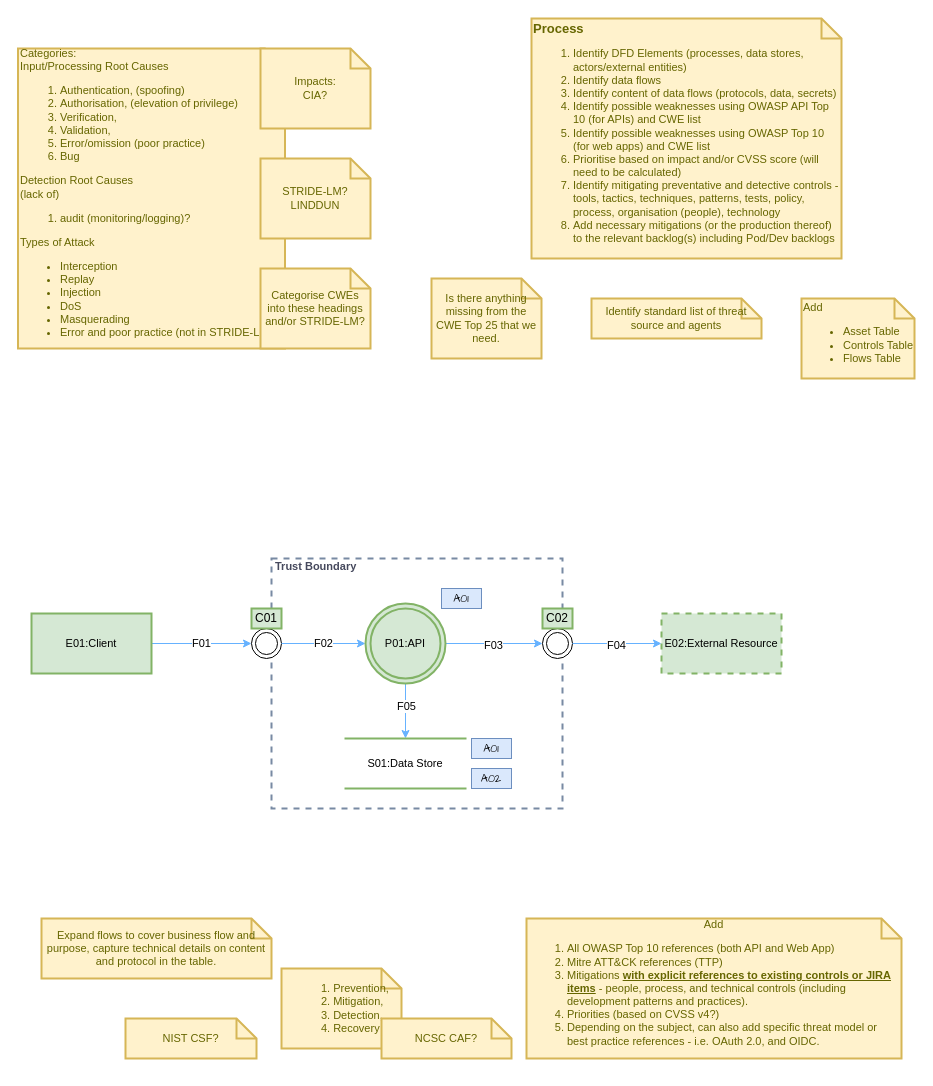
Before: CWE-OWASP-Threat-Model-Example-v2.drawio in Jim-Sweeting/Drawio, a draw.io diagram. Source tidied: cells renumbered, new cells numbered last; positions are measured from the earlier drawing's top-left corner, leaving out a move shared by most shapes. Both pictures are drawn from the tidied source at 100%, with x=0, y=0 at pixel (17, 18).
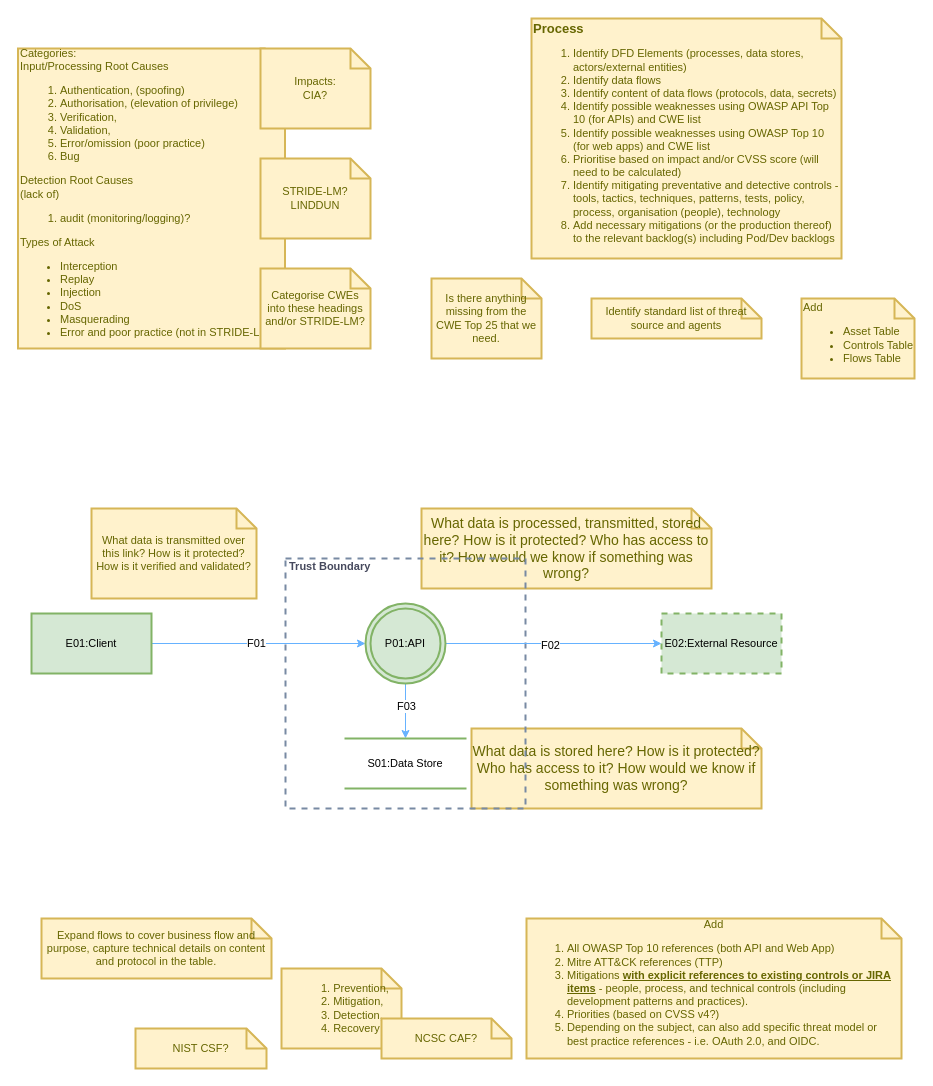
The same page after the edit.

Unchanged cells that the change refers to:
```xml
<mxCell id="23" style="rounded=0;jettySize=auto;html=1;labelBackgroundColor=none;strokeColor=#66B2FF;fontColor=default;fontSize=11;fillColor=#dae8fc;" parent="20" edge="1" source="34" target="35">
  <mxGeometry relative="1" as="geometry" />
</mxCell>
<mxCell id="33" value="E01:Client" style="rounded=0;whiteSpace=wrap;html=1;labelBackgroundColor=none;fillColor=#d5e8d4;strokeColor=#82b366;fontSize=11;strokeWidth=2;" parent="32" vertex="1">
  <mxGeometry x="14" y="595" width="120" height="60" as="geometry" />
</mxCell>
<mxCell id="34" value="P01:API" style="ellipse;shape=doubleEllipse;whiteSpace=wrap;html=1;rounded=0;labelBackgroundColor=none;fillColor=#d5e8d4;strokeColor=#82b366;fontSize=11;strokeWidth=2;" parent="32" vertex="1">
  <mxGeometry x="348" y="585" width="80" height="80" as="geometry" />
</mxCell>
<mxCell id="36" value="E02:External Resource" style="rounded=0;whiteSpace=wrap;html=1;labelBackgroundColor=none;fillColor=#d5e8d4;strokeColor=#82b366;fontSize=11;dashed=1;strokeWidth=2;perimeterSpacing=0;" parent="32" vertex="1">
  <mxGeometry x="644" y="595" width="120" height="60" as="geometry" />
</mxCell>
```

The edit, as a diff of the source:
```diff
@@
+    <mxCell id="42" value="What data is stored here? How is it protected? Who has access to it? How would we know if something was wrong?" style="shape=note;strokeWidth=2;fontSize=14;size=20;whiteSpace=wrap;html=1;fillColor=#fff2cc;strokeColor=#d6b656;fontColor=#666600;" parent="1" vertex="1">
+      <mxGeometry x="454" y="710" width="290" height="80" as="geometry" />
+    </mxCell>
+    <mxCell id="43" value="What data is processed, transmitted, stored here? How is it protected? Who has access to it? How would we know if something was wrong?" style="shape=note;strokeWidth=2;fontSize=14;size=20;whiteSpace=wrap;html=1;fillColor=#fff2cc;strokeColor=#d6b656;fontColor=#666600;" parent="1" vertex="1">
+      <mxGeometry x="404" y="490" width="290" height="80" as="geometry" />
+    </mxCell>
+    <mxCell id="44" value="NIST CSF?" style="shape=note;strokeWidth=2;fontSize=11;size=20;whiteSpace=wrap;html=1;fillColor=#fff2cc;strokeColor=#d6b656;fontColor=#666600;rounded=0;" parent="1" vertex="1">
+      <mxGeometry x="118" y="1010" width="131" height="40" as="geometry" />
+    </mxCell>
@@
-    <mxCell id="11" value="A01" style="text;html=1;align=center;verticalAlign=middle;whiteSpace=wrap;overflow=hidden;fontSize=11;fontFamily=Architects Daughter;rounded=0;labelBackgroundColor=none;fillColor=#dae8fc;strokeColor=#6c8ebf;" parent="10" vertex="1">
-      <mxGeometry x="424" y="570" width="40" height="20" as="geometry" />
-    </mxCell>
-    <mxCell id="12" value="A01" style="text;html=1;align=center;verticalAlign=middle;whiteSpace=wrap;overflow=hidden;fontSize=11;fontFamily=Architects Daughter;rounded=0;labelBackgroundColor=none;fillColor=#dae8fc;strokeColor=#6c8ebf;" parent="10" vertex="1">
-      <mxGeometry x="454" y="720" width="40" height="20" as="geometry" />
-    </mxCell>
-    <mxCell id="13" value="A02" style="text;html=1;align=center;verticalAlign=middle;whiteSpace=wrap;overflow=hidden;fontSize=11;fontFamily=Architects Daughter;rounded=0;labelBackgroundColor=none;fillColor=#dae8fc;strokeColor=#6c8ebf;" parent="10" vertex="1">
-      <mxGeometry x="454" y="750" width="40" height="20" as="geometry" />
-    </mxCell>
@@
     <mxCell id="15" value="Trust Boundary" style="html=1;fontColor=#46495D;fontStyle=1;align=left;verticalAlign=top;spacing=0;labelBorderColor=none;fillColor=none;dashed=1;strokeWidth=2;strokeColor=#788AA3;spacingLeft=4;spacingTop=-3;rounded=0;labelBackgroundColor=none;fontSize=11;" parent="14" vertex="1">
-      <mxGeometry x="254" y="540" width="291" height="250" as="geometry" />
+      <mxGeometry x="268" y="540" width="240" height="250" as="geometry" />
     </mxCell>
-    <mxCell id="16" style="ellipse;shape=doubleEllipse;whiteSpace=wrap;html=1;rounded=0;" parent="14" vertex="1">
-      <mxGeometry x="234" y="610" width="30" height="30" as="geometry" />
-    </mxCell>
-    <mxCell id="17" value="C01" style="text;html=1;strokeColor=#82b366;fillColor=#d5e8d4;align=center;verticalAlign=middle;whiteSpace=wrap;overflow=hidden;strokeWidth=2;rounded=0;" parent="14" vertex="1">
-      <mxGeometry x="234" y="590" width="30" height="20" as="geometry" />
-    </mxCell>
-    <mxCell id="18" style="ellipse;shape=doubleEllipse;whiteSpace=wrap;html=1;rounded=0;" parent="14" vertex="1">
-      <mxGeometry x="525" y="610" width="30" height="30" as="geometry" />
-    </mxCell>
-    <mxCell id="19" value="C02" style="text;html=1;strokeColor=#82b366;fillColor=#d5e8d4;align=center;verticalAlign=middle;whiteSpace=wrap;overflow=hidden;strokeWidth=2;rounded=0;" parent="14" vertex="1">
-      <mxGeometry x="525" y="590" width="30" height="20" as="geometry" />
-    </mxCell>
@@
-    <mxCell id="21" style="rounded=0;jettySize=auto;html=1;labelBackgroundColor=none;strokeColor=#66B2FF;fontColor=default;fontSize=11;fillColor=#dae8fc;" parent="20" edge="1" source="33" target="16">
+    <mxCell id="21" style="rounded=0;jettySize=auto;html=1;labelBackgroundColor=none;strokeColor=#66B2FF;fontColor=default;fontSize=11;fillColor=#dae8fc;entryX=0;entryY=0.5;entryDx=0;entryDy=0;" parent="20" edge="1" source="33" target="34">
       <mxGeometry relative="1" as="geometry" />
     </mxCell>
@@
-    <mxCell id="24" value="F05" style="edgeLabel;html=1;align=center;verticalAlign=middle;rounded=0;" parent="23" vertex="1">
+    <mxCell id="24" value="F03" style="edgeLabel;html=1;align=center;verticalAlign=middle;rounded=0;" parent="23" vertex="1">
       <mxGeometry x="-0.2" relative="1" as="geometry" />
     </mxCell>
-    <mxCell id="25" style="rounded=0;jettySize=auto;html=1;labelBackgroundColor=none;strokeColor=#66B2FF;fontColor=default;fontSize=11;fillColor=#dae8fc;" parent="20" edge="1" source="34" target="18">
+    <mxCell id="25" style="rounded=0;jettySize=auto;html=1;labelBackgroundColor=none;strokeColor=#66B2FF;fontColor=default;fontSize=11;fillColor=#dae8fc;entryX=0;entryY=0.5;entryDx=0;entryDy=0;" parent="20" edge="1" source="34" target="36">
       <mxGeometry relative="1" as="geometry" />
     </mxCell>
-    <mxCell id="26" value="F03" style="edgeLabel;html=1;align=center;verticalAlign=middle;rounded=0;" parent="25" vertex="1">
+    <mxCell id="26" value="F02" style="edgeLabel;html=1;align=center;verticalAlign=middle;rounded=0;" parent="25" vertex="1">
       <mxGeometry x="-0.04" y="-1" relative="1" as="geometry" />
     </mxCell>
@@
-    <mxCell id="28" style="rounded=0;jettySize=auto;html=1;labelBackgroundColor=none;strokeColor=#66B2FF;fontColor=default;fontSize=11;fillColor=#dae8fc;" parent="20" edge="1" source="16" target="34">
-      <mxGeometry relative="1" as="geometry" />
-    </mxCell>
-    <mxCell id="29" value="F02" style="edgeLabel;html=1;align=center;verticalAlign=middle;rounded=0;" parent="28" vertex="1">
-      <mxGeometry x="-0.03" y="1" relative="1" as="geometry" />
-    </mxCell>
-    <mxCell id="30" style="rounded=0;jettySize=auto;html=1;labelBackgroundColor=none;strokeColor=#66B2FF;fontColor=default;fontSize=11;fillColor=#dae8fc;" parent="20" edge="1" source="18" target="36">
-      <mxGeometry relative="1" as="geometry" />
-    </mxCell>
-    <mxCell id="31" value="F04" style="edgeLabel;html=1;align=center;verticalAlign=middle;rounded=0;" parent="30" vertex="1">
-      <mxGeometry x="-0.04" y="-1" relative="1" as="geometry" />
-    </mxCell>
@@
-    <mxCell id="40" value="NIST CSF?" style="shape=note;strokeWidth=2;fontSize=11;size=20;whiteSpace=wrap;html=1;fillColor=#fff2cc;strokeColor=#d6b656;fontColor=#666600;rounded=0;" parent="32" vertex="1">
-      <mxGeometry x="108" y="1000" width="131" height="40" as="geometry" />
+    <mxCell id="40" value="What data is transmitted over this link? How is it protected? How is it verified and validated?" style="shape=note;strokeWidth=2;fontSize=11;size=20;whiteSpace=wrap;html=1;fillColor=#fff2cc;strokeColor=#d6b656;fontColor=#666600;rounded=0;" parent="32" vertex="1">
+      <mxGeometry x="74" y="490" width="165" height="90" as="geometry" />
     </mxCell>
```
